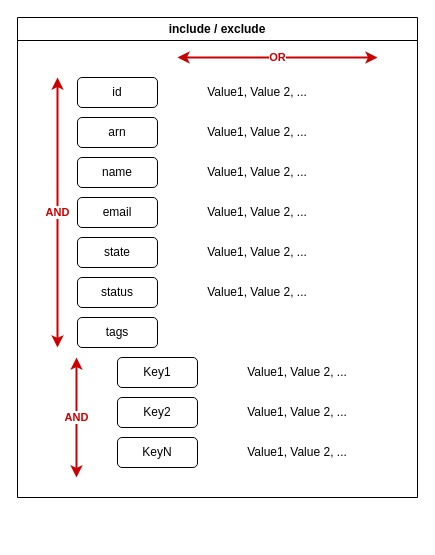
Earlier version of the draw.io diagram modules/filter/docs/schema.drawio (be-bold/terraform-aws-account-lookup). Source tidied: cells renumbered, new cells numbered last; positions are measured from the earlier drawing's top-left corner, leaving out a move shared by most shapes. Both pictures are drawn from the tidied source at 100%, with x=0, y=0 at pixel (17, 17).
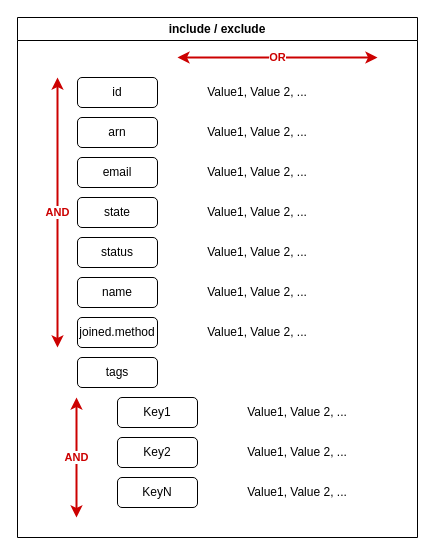
The same diagram, later.

What changed in the source:
```diff
@@
     <mxCell id="2" value="include / exclude" style="swimlane;whiteSpace=wrap;html=1;" parent="1" vertex="1">
-      <mxGeometry width="400" height="480" as="geometry" />
+      <mxGeometry width="400" height="520" as="geometry" />
     </mxCell>
@@
-    <mxCell id="5" value="name" style="rounded=1;whiteSpace=wrap;html=1;" parent="2" vertex="1">
-      <mxGeometry x="60" y="140" width="80" height="30" as="geometry" />
-    </mxCell>
     <mxCell id="6" value="email" style="rounded=1;whiteSpace=wrap;html=1;" parent="2" vertex="1">
-      <mxGeometry x="60" y="180" width="80" height="30" as="geometry" />
+      <mxGeometry x="60" y="140" width="80" height="30" as="geometry" />
     </mxCell>
     <mxCell id="7" value="status" style="rounded=1;whiteSpace=wrap;html=1;" parent="2" vertex="1">
-      <mxGeometry x="60" y="260" width="80" height="30" as="geometry" />
+      <mxGeometry x="60" y="220" width="80" height="30" as="geometry" />
     </mxCell>
     <mxCell id="8" value="tags" style="rounded=1;whiteSpace=wrap;html=1;" parent="2" vertex="1">
-      <mxGeometry x="60" y="300" width="80" height="30" as="geometry" />
+      <mxGeometry x="60" y="340" width="80" height="30" as="geometry" />
     </mxCell>
@@
     <mxCell id="15" value="Key1" style="rounded=1;whiteSpace=wrap;html=1;" parent="2" vertex="1">
-      <mxGeometry x="100" y="340" width="80" height="30" as="geometry" />
+      <mxGeometry x="100" y="380" width="80" height="30" as="geometry" />
     </mxCell>
     <mxCell id="16" value="Key2" style="rounded=1;whiteSpace=wrap;html=1;" parent="2" vertex="1">
-      <mxGeometry x="100" y="380" width="80" height="30" as="geometry" />
+      <mxGeometry x="100" y="420" width="80" height="30" as="geometry" />
     </mxCell>
     <mxCell id="17" value="KeyN" style="rounded=1;whiteSpace=wrap;html=1;" parent="2" vertex="1">
-      <mxGeometry x="100" y="420" width="80" height="30" as="geometry" />
+      <mxGeometry x="100" y="460" width="80" height="30" as="geometry" />
     </mxCell>
     <mxCell id="18" value="AND" style="endArrow=classic;startArrow=classic;html=1;rounded=0;fontColor=#CC0000;fontStyle=1;strokeColor=#CC0000;strokeWidth=2;" parent="2" edge="1">
       <mxGeometry relative="1" as="geometry">
-        <mxPoint x="59" y="460" as="sourcePoint" />
-        <mxPoint x="59" y="340" as="targetPoint" />
+        <mxPoint x="59" y="500" as="sourcePoint" />
+        <mxPoint x="59" y="380" as="targetPoint" />
       </mxGeometry>
     </mxCell>
     <mxCell id="19" value="Value1, Value 2, ..." style="text;html=1;strokeColor=none;fillColor=none;align=center;verticalAlign=middle;whiteSpace=wrap;rounded=0;" parent="2" vertex="1">
-      <mxGeometry x="180" y="335" width="200" height="40" as="geometry" />
+      <mxGeometry x="180" y="375" width="200" height="40" as="geometry" />
     </mxCell>
     <mxCell id="20" value="Value1, Value 2, ..." style="text;html=1;strokeColor=none;fillColor=none;align=center;verticalAlign=middle;whiteSpace=wrap;rounded=0;" parent="2" vertex="1">
-      <mxGeometry x="180" y="375" width="200" height="40" as="geometry" />
+      <mxGeometry x="180" y="415" width="200" height="40" as="geometry" />
     </mxCell>
     <mxCell id="21" value="Value1, Value 2, ..." style="text;html=1;strokeColor=none;fillColor=none;align=center;verticalAlign=middle;whiteSpace=wrap;rounded=0;" parent="2" vertex="1">
-      <mxGeometry x="180" y="415" width="200" height="40" as="geometry" />
+      <mxGeometry x="180" y="455" width="200" height="40" as="geometry" />
     </mxCell>
@@
     <mxCell id="23" value="state" style="rounded=1;whiteSpace=wrap;html=1;" parent="2" vertex="1">
-      <mxGeometry x="60" y="220" width="80" height="30" as="geometry" />
+      <mxGeometry x="60" y="180" width="80" height="30" as="geometry" />
     </mxCell>
@@
+    <mxCell id="5" value="name" style="rounded=1;whiteSpace=wrap;html=1;" parent="2" vertex="1">
+      <mxGeometry x="60" y="260" width="80" height="30" as="geometry" />
+    </mxCell>
+    <mxCell id="25" value="joined.method" style="rounded=1;whiteSpace=wrap;html=1;" parent="2" vertex="1">
+      <mxGeometry x="60" y="300" width="80" height="30" as="geometry" />
+    </mxCell>
+    <mxCell id="26" value="Value1, Value 2, ..." style="text;html=1;strokeColor=none;fillColor=none;align=center;verticalAlign=middle;whiteSpace=wrap;rounded=0;" parent="2" vertex="1">
+      <mxGeometry x="140" y="295" width="200" height="40" as="geometry" />
+    </mxCell>
```
